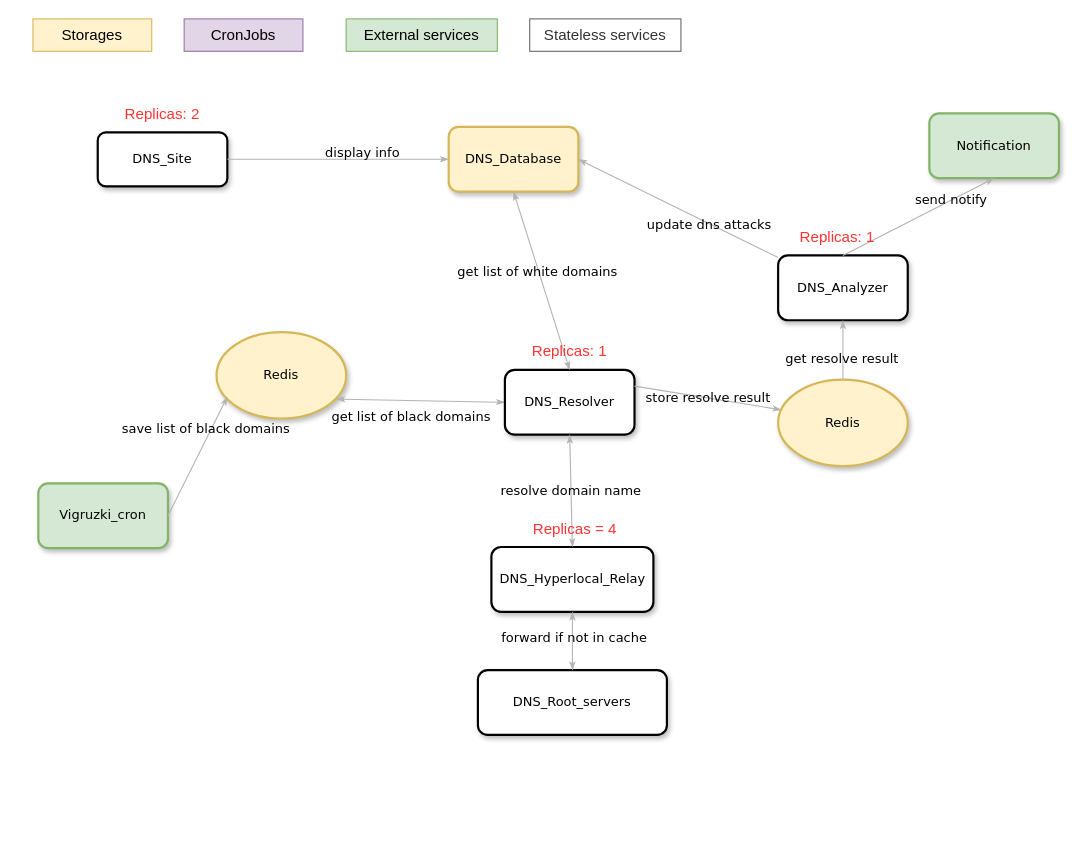
Before: Docs/Overview Diagram.drawio in dmitriyq/dnsanalyzer, a draw.io diagram. Source tidied: cells renumbered, new cells numbered last; positions are measured from the earlier drawing's top-left corner, leaving out a move shared by most shapes. Both pictures are drawn from the tidied source at 108%, with x=0, y=0 at pixel (32, 18).
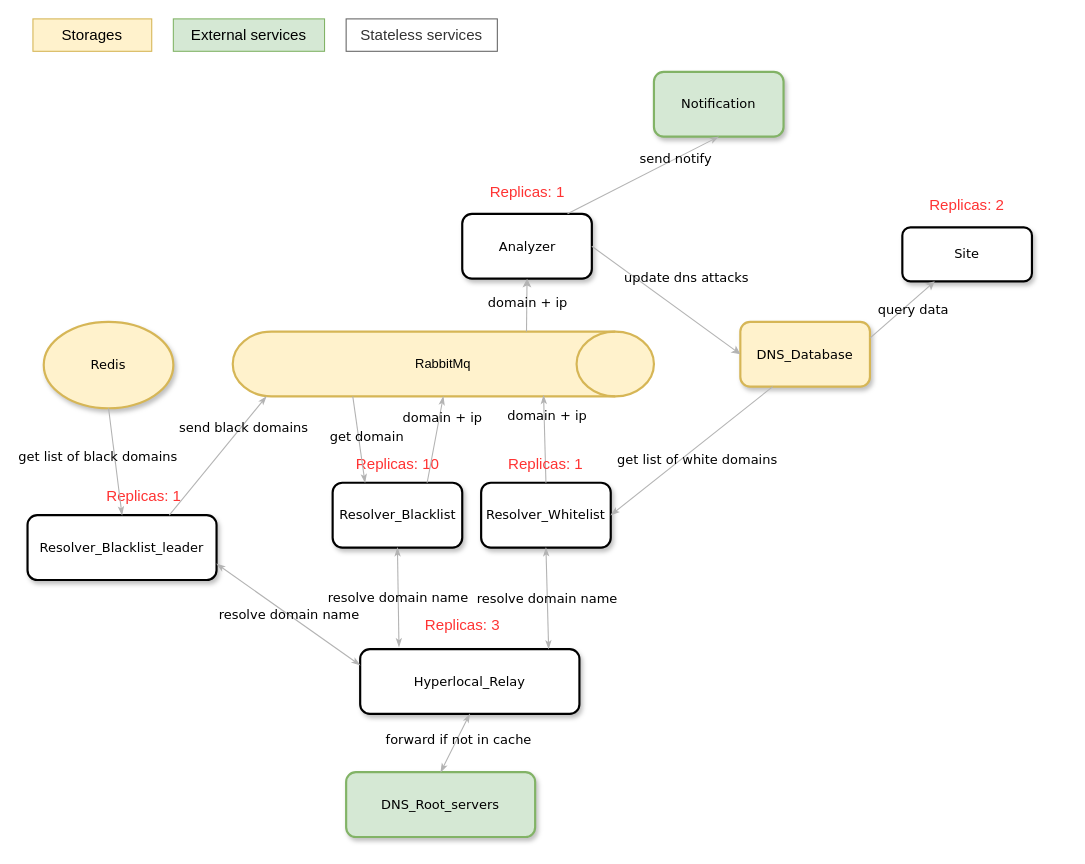
The same page after the edit.

What changed in the source:
```diff
@@
-    <mxCell id="2" value="Vigruzki_cron" style="rounded=1;whiteSpace=wrap;html=1;shadow=1;comic=0;labelBackgroundColor=none;strokeColor=#82b366;strokeWidth=2;fillColor=#d5e8d4;fontFamily=Verdana;fontSize=12;align=center;" parent="1" vertex="1">
-      <mxGeometry x="5" y="430" width="120" height="60" as="geometry" />
-    </mxCell>
-    <mxCell id="3" value="DNS_Site" style="rounded=1;whiteSpace=wrap;html=1;shadow=1;comic=0;labelBackgroundColor=none;strokeColor=#000000;strokeWidth=2;fillColor=#FFFFFF;fontFamily=Verdana;fontSize=12;fontColor=#000000;align=center;" parent="1" vertex="1">
-      <mxGeometry x="60" y="105" width="120" height="50" as="geometry" />
-    </mxCell>
-    <mxCell id="4" value="&lt;span&gt;Redis&lt;/span&gt;" style="ellipse;whiteSpace=wrap;html=1;rounded=1;shadow=1;comic=0;labelBackgroundColor=none;strokeColor=#d6b656;strokeWidth=2;fillColor=#fff2cc;fontFamily=Verdana;fontSize=12;align=center;" parent="1" vertex="1">
-      <mxGeometry x="170" y="290" width="120" height="80" as="geometry" />
-    </mxCell>
-    <mxCell id="5" value="save list of black domains" style="edgeStyle=none;rounded=1;html=1;labelBackgroundColor=none;startArrow=none;startFill=0;startSize=5;endArrow=classicThin;endFill=1;endSize=5;jettySize=auto;strokeColor=#B3B3B3;strokeWidth=1;fontFamily=Verdana;fontSize=12;fontColor=#000000;exitX=1;exitY=0.5;exitDx=0;exitDy=0;" parent="1" edge="1" source="2">
-      <mxGeometry x="0.42" y="4" relative="1" as="geometry">
-        <mxPoint x="180" y="350" as="targetPoint" />
-      </mxGeometry>
-    </mxCell>
-    <mxCell id="6" value="get list of black domains" style="edgeStyle=none;rounded=1;html=1;labelBackgroundColor=none;startArrow=classicThin;startFill=1;startSize=5;endArrow=classicThin;endFill=1;endSize=5;jettySize=auto;strokeColor=#B3B3B3;strokeWidth=1;fontFamily=Verdana;fontSize=12;fontColor=#000000;exitX=0.925;exitY=0.775;exitDx=0;exitDy=0;entryX=0;entryY=0.5;entryDx=0;entryDy=0;exitPerimeter=0;" parent="1" edge="1" source="4" target="7">
-      <mxGeometry x="-0.11" y="-16" relative="1" as="geometry" />
-    </mxCell>
-    <mxCell id="7" value="DNS_Resolver" style="rounded=1;whiteSpace=wrap;html=1;shadow=1;comic=0;labelBackgroundColor=none;strokeColor=#000000;strokeWidth=2;fillColor=#FFFFFF;fontFamily=Verdana;fontSize=12;fontColor=#000000;align=center;" parent="1" vertex="1">
-      <mxGeometry x="437" y="325" width="120" height="60" as="geometry" />
-    </mxCell>
-    <mxCell id="8" value="DNS_Hyperlocal_Relay" style="rounded=1;whiteSpace=wrap;html=1;shadow=1;comic=0;labelBackgroundColor=none;strokeColor=#000000;strokeWidth=2;fillColor=#FFFFFF;fontFamily=Verdana;fontSize=12;fontColor=#000000;align=center;" parent="1" vertex="1">
-      <mxGeometry x="424.5" y="489" width="150" height="60" as="geometry" />
-    </mxCell>
-    <mxCell id="9" value="resolve domain name" style="edgeStyle=none;rounded=1;html=1;labelBackgroundColor=none;startArrow=classicThin;startFill=1;startSize=5;endArrow=classicThin;endFill=1;endSize=5;jettySize=auto;strokeColor=#B3B3B3;strokeWidth=1;fontFamily=Verdana;fontSize=12;fontColor=#000000;exitX=0.5;exitY=0;exitDx=0;exitDy=0;entryX=0.5;entryY=1;entryDx=0;entryDy=0;" parent="1" edge="1" source="8" target="7">
-      <mxGeometry relative="1" as="geometry" />
-    </mxCell>
+    <mxCell id="26" value="Storages" style="text;html=1;strokeColor=#d6b656;fillColor=#fff2cc;align=center;verticalAlign=middle;whiteSpace=wrap;rounded=0;fontStyle=0;fontSize=14;" parent="1" vertex="1">
+      <mxGeometry width="110" height="30" as="geometry" />
+    </mxCell>
+    <mxCell id="28" value="External services" style="text;html=1;strokeColor=#82b366;fillColor=#d5e8d4;align=center;verticalAlign=middle;whiteSpace=wrap;rounded=0;fontStyle=0;fontSize=14;" parent="1" vertex="1">
+      <mxGeometry x="130" width="140" height="30" as="geometry" />
+    </mxCell>
+    <mxCell id="29" value="Stateless services" style="text;html=1;align=center;verticalAlign=middle;whiteSpace=wrap;rounded=0;fontStyle=0;fontSize=14;fillColor=#FFFFFF;strokeColor=#666666;fontColor=#333333;" parent="1" vertex="1">
+      <mxGeometry x="290" width="140" height="30" as="geometry" />
+    </mxCell>
+    <mxCell id="30" value="Hyperlocal_Relay" style="rounded=1;whiteSpace=wrap;html=1;shadow=1;comic=0;labelBackgroundColor=none;strokeColor=#000000;strokeWidth=2;fillColor=#FFFFFF;fontFamily=Verdana;fontSize=12;fontColor=#000000;align=center;" parent="1" vertex="1">
+      <mxGeometry x="303" y="583.5" width="203" height="60" as="geometry" />
+    </mxCell>
-    <mxCell id="10" value="DNS_Root_servers" style="rounded=1;whiteSpace=wrap;html=1;shadow=1;comic=0;labelBackgroundColor=none;strokeColor=#000000;strokeWidth=2;fillColor=#FFFFFF;fontFamily=Verdana;fontSize=12;fontColor=#000000;align=center;" parent="1" vertex="1">
-      <mxGeometry x="412" y="603" width="175" height="60" as="geometry" />
+    <mxCell id="10" value="DNS_Root_servers" style="rounded=1;whiteSpace=wrap;html=1;shadow=1;comic=0;labelBackgroundColor=none;strokeColor=#82B366;strokeWidth=2;fillColor=#D5E8D4;fontFamily=Verdana;fontSize=12;fontColor=#000000;align=center;" parent="1" vertex="1">
+      <mxGeometry x="290" y="697.5" width="175" height="60" as="geometry" />
     </mxCell>
-    <mxCell id="11" value="forward if not in cache" style="edgeStyle=none;rounded=1;html=1;labelBackgroundColor=none;startArrow=classicThin;startFill=1;startSize=5;endArrow=classicThin;endFill=1;endSize=5;jettySize=auto;strokeColor=#B3B3B3;strokeWidth=1;fontFamily=Verdana;fontSize=12;fontColor=#000000;exitX=0.5;exitY=0;exitDx=0;exitDy=0;entryX=0.5;entryY=1;entryDx=0;entryDy=0;" parent="1" edge="1" source="10" target="8">
+    <mxCell id="11" value="forward if not in cache" style="edgeStyle=none;rounded=1;html=1;labelBackgroundColor=none;startArrow=classicThin;startFill=1;startSize=5;endArrow=classicThin;endFill=1;endSize=5;jettySize=auto;strokeColor=#B3B3B3;strokeWidth=1;fontFamily=Verdana;fontSize=12;fontColor=#000000;exitX=0.5;exitY=0;exitDx=0;exitDy=0;entryX=0.5;entryY=1;entryDx=0;entryDy=0;" parent="1" edge="1" source="10" target="30">
       <mxGeometry x="0.11" y="-1" relative="1" as="geometry" />
     </mxCell>
-    <mxCell id="12" value="DNS_Analyzer" style="rounded=1;whiteSpace=wrap;html=1;shadow=1;comic=0;labelBackgroundColor=none;strokeColor=#000000;strokeWidth=2;fillColor=#FFFFFF;fontFamily=Verdana;fontSize=12;fontColor=#000000;align=center;" parent="1" vertex="1">
-      <mxGeometry x="690" y="219" width="120" height="60" as="geometry" />
-    </mxCell>
-    <mxCell id="13" value="store resolve result" style="edgeStyle=none;rounded=1;html=1;labelBackgroundColor=none;startArrow=none;startFill=0;startSize=5;endArrow=classicThin;endFill=1;endSize=5;jettySize=auto;strokeColor=#B3B3B3;strokeWidth=1;fontFamily=Verdana;fontSize=12;fontColor=#000000;exitX=1;exitY=0.25;exitDx=0;exitDy=0;entryX=0.025;entryY=0.35;entryDx=0;entryDy=0;entryPerimeter=0;" parent="1" edge="1" source="7" target="17">
-      <mxGeometry relative="1" as="geometry" />
-    </mxCell>
+    <mxCell id="31" value="RabbitMq" style="strokeWidth=2;html=1;shape=mxgraph.flowchart.direct_data;whiteSpace=wrap;fillColor=#FFF2CC;strokeColor=#D6B656;" parent="1" vertex="1">
+      <mxGeometry x="185" y="289.5" width="390" height="60" as="geometry" />
+    </mxCell>
+    <mxCell id="32" value="Replicas: 3" style="text;html=1;strokeColor=none;fillColor=none;align=center;verticalAlign=middle;whiteSpace=wrap;rounded=0;fontStyle=0;fontColor=#FF3333;fontSize=14;" parent="1" vertex="1">
+      <mxGeometry x="342.5" y="543.5" width="110" height="35" as="geometry" />
+    </mxCell>
+    <mxCell id="33" value="Analyzer" style="rounded=1;whiteSpace=wrap;html=1;shadow=1;comic=0;labelBackgroundColor=none;strokeColor=#000000;strokeWidth=2;fillColor=#FFFFFF;fontFamily=Verdana;fontSize=12;fontColor=#000000;align=center;" parent="1" vertex="1">
+      <mxGeometry x="397.5" y="180.5" width="120" height="60" as="geometry" />
+    </mxCell>
+    <mxCell id="34" value="domain + ip" style="edgeStyle=none;rounded=1;html=1;labelBackgroundColor=none;startArrow=none;startFill=0;startSize=5;endArrow=classic;endFill=1;endSize=5;jettySize=auto;strokeColor=#B3B3B3;strokeWidth=1;fontFamily=Verdana;fontSize=12;fontColor=#000000;exitX=0.5;exitY=0;exitDx=0;exitDy=0;entryX=0.5;entryY=1;entryDx=0;entryDy=0;" parent="1" edge="1" target="33">
+      <mxGeometry x="0.11" y="-1" relative="1" as="geometry">
+        <mxPoint x="457" y="289.5" as="sourcePoint" />
+      </mxGeometry>
+    </mxCell>
+    <mxCell id="35" value="Replicas: 1" style="text;html=1;strokeColor=none;fillColor=none;align=center;verticalAlign=middle;whiteSpace=wrap;rounded=0;fontStyle=0;fontColor=#FF3333;fontSize=14;" parent="1" vertex="1">
+      <mxGeometry x="402.5" y="142" width="110" height="35" as="geometry" />
+    </mxCell>
     <mxCell id="14" value="DNS_Database" style="rounded=1;whiteSpace=wrap;html=1;shadow=1;comic=0;labelBackgroundColor=none;strokeColor=#d6b656;strokeWidth=2;fillColor=#fff2cc;fontFamily=Verdana;fontSize=12;align=center;" parent="1" vertex="1">
-      <mxGeometry x="385" y="100" width="120" height="60" as="geometry" />
+      <mxGeometry x="655" y="280.5" width="120" height="60" as="geometry" />
     </mxCell>
-    <mxCell id="15" value="get list of white domains" style="edgeStyle=none;rounded=1;html=1;labelBackgroundColor=none;startArrow=classicThin;startFill=1;startSize=5;endArrow=classicThin;endFill=1;endSize=5;jettySize=auto;strokeColor=#B3B3B3;strokeWidth=1;fontFamily=Verdana;fontSize=12;fontColor=#000000;exitX=0.5;exitY=1;exitDx=0;exitDy=0;entryX=0.5;entryY=1;entryDx=0;entryDy=0;" parent="1" edge="1" source="14" target="23">
-      <mxGeometry x="-0.1" y="-1" relative="1" as="geometry" />
-    </mxCell>
-    <mxCell id="16" value="display info" style="edgeStyle=none;rounded=1;html=1;labelBackgroundColor=none;startArrow=none;startFill=0;startSize=5;endArrow=classicThin;endFill=1;endSize=5;jettySize=auto;strokeColor=#B3B3B3;strokeWidth=1;fontFamily=Verdana;fontSize=12;fontColor=#000000;exitX=1;exitY=0.5;exitDx=0;exitDy=0;entryX=0;entryY=0.5;entryDx=0;entryDy=0;" parent="1" edge="1" source="3" target="14">
-      <mxGeometry x="0.22" y="6" relative="1" as="geometry" />
-    </mxCell>
-    <mxCell id="17" value="&lt;span&gt;Redis&lt;/span&gt;" style="ellipse;whiteSpace=wrap;html=1;rounded=1;shadow=1;comic=0;labelBackgroundColor=none;strokeColor=#d6b656;strokeWidth=2;fillColor=#fff2cc;fontFamily=Verdana;fontSize=12;align=center;" parent="1" vertex="1">
-      <mxGeometry x="690" y="334" width="120" height="80" as="geometry" />
-    </mxCell>
-    <mxCell id="18" value="get resolve result" style="edgeStyle=none;rounded=1;html=1;labelBackgroundColor=none;startArrow=none;startFill=0;startSize=5;endArrow=classicThin;endFill=1;endSize=5;jettySize=auto;strokeColor=#B3B3B3;strokeWidth=1;fontFamily=Verdana;fontSize=12;fontColor=#000000;entryX=0.5;entryY=1;entryDx=0;entryDy=0;" parent="1" edge="1" source="17" target="12">
-      <mxGeometry x="-0.31" y="2" relative="1" as="geometry">
-        <mxPoint x="1" as="offset" />
-      </mxGeometry>
-    </mxCell>
-    <mxCell id="19" value="update dns attacks" style="edgeStyle=none;rounded=1;html=1;labelBackgroundColor=none;startArrow=none;startFill=0;startSize=5;endArrow=classicThin;endFill=1;endSize=5;jettySize=auto;strokeColor=#B3B3B3;strokeWidth=1;fontFamily=Verdana;fontSize=12;fontColor=#000000;exitX=0;exitY=0.033;exitDx=0;exitDy=0;entryX=1;entryY=0.5;entryDx=0;entryDy=0;exitPerimeter=0;" parent="1" edge="1" source="12" target="14">
-      <mxGeometry x="-0.31" y="2" relative="1" as="geometry">
-        <mxPoint x="1" as="offset" />
-      </mxGeometry>
+    <mxCell id="19" value="update dns attacks" style="edgeStyle=none;rounded=1;html=1;labelBackgroundColor=none;startArrow=none;startFill=0;startSize=5;endArrow=classic;endFill=1;endSize=5;jettySize=auto;strokeColor=#B3B3B3;strokeWidth=1;fontFamily=Verdana;fontSize=12;fontColor=#000000;exitX=1;exitY=0.5;exitDx=0;exitDy=0;entryX=0;entryY=0.5;entryDx=0;entryDy=0;" parent="1" edge="1" source="33" target="14">
+      <mxGeometry x="0.03" y="28" relative="1" as="geometry" />
     </mxCell>
+    <mxCell id="36" value="Resolver_Blacklist" style="rounded=1;whiteSpace=wrap;html=1;shadow=1;comic=0;labelBackgroundColor=none;strokeColor=#000000;strokeWidth=2;fillColor=#FFFFFF;fontFamily=Verdana;fontSize=12;fontColor=#000000;align=center;" parent="1" vertex="1">
+      <mxGeometry x="277.5" y="429.5" width="120" height="60" as="geometry" />
+    </mxCell>
+    <mxCell id="37" value="&lt;span&gt;Redis&lt;/span&gt;" style="ellipse;whiteSpace=wrap;html=1;rounded=1;shadow=1;comic=0;labelBackgroundColor=none;strokeColor=#d6b656;strokeWidth=2;fillColor=#fff2cc;fontFamily=Verdana;fontSize=12;align=center;" parent="1" vertex="1">
+      <mxGeometry x="10" y="280.5" width="120" height="80" as="geometry" />
+    </mxCell>
-    <mxCell id="20" value="Notification" style="rounded=1;whiteSpace=wrap;html=1;shadow=1;comic=0;labelBackgroundColor=none;strokeColor=#82b366;strokeWidth=2;fillColor=#d5e8d4;fontFamily=Verdana;fontSize=12;align=center;" parent="1" vertex="1">
-      <mxGeometry x="830" y="87.5" width="120" height="60" as="geometry" />
+    <mxCell id="20" value="Notification" style="rounded=1;whiteSpace=wrap;html=1;shadow=1;comic=0;labelBackgroundColor=none;strokeColor=#82b366;strokeWidth=2;fillColor=#d5e8d4;fontFamily=Verdana;fontSize=12;align=center;gradientColor=none;" parent="1" vertex="1">
+      <mxGeometry x="575" y="49" width="120" height="60" as="geometry" />
     </mxCell>
-    <mxCell id="21" value="send notify" style="edgeStyle=none;rounded=1;html=1;labelBackgroundColor=none;startArrow=none;startFill=0;startSize=5;endArrow=classicThin;endFill=1;endSize=5;jettySize=auto;strokeColor=#B3B3B3;strokeWidth=1;fontFamily=Verdana;fontSize=12;fontColor=#000000;exitX=0.5;exitY=0;exitDx=0;exitDy=0;entryX=0.5;entryY=1;entryDx=0;entryDy=0;" parent="1" edge="1" source="12" target="20">
-      <mxGeometry x="0.43" relative="1" as="geometry" />
+    <mxCell id="21" value="send notify" style="edgeStyle=none;rounded=1;html=1;labelBackgroundColor=none;startArrow=none;startFill=0;startSize=5;endArrow=classicThin;endFill=1;endSize=5;jettySize=auto;strokeColor=#B3B3B3;strokeWidth=1;fontFamily=Verdana;fontSize=12;fontColor=#000000;exitX=0.5;exitY=0;exitDx=0;exitDy=0;entryX=0.5;entryY=1;entryDx=0;entryDy=0;" parent="1" edge="1" target="20">
+      <mxGeometry x="0.43" relative="1" as="geometry">
+        <mxPoint x="495" y="180.5" as="sourcePoint" />
+      </mxGeometry>
     </mxCell>
+    <mxCell id="38" value="Replicas: 10" style="text;html=1;strokeColor=none;fillColor=none;align=center;verticalAlign=middle;whiteSpace=wrap;rounded=0;fontStyle=0;fontColor=#FF3333;fontSize=14;" parent="1" vertex="1">
+      <mxGeometry x="282.5" y="394.5" width="110" height="35" as="geometry" />
+    </mxCell>
+    <mxCell id="39" value="resolve domain name" style="edgeStyle=none;rounded=1;html=1;labelBackgroundColor=none;startArrow=classicThin;startFill=1;startSize=5;endArrow=classicThin;endFill=1;endSize=5;jettySize=auto;strokeColor=#B3B3B3;strokeWidth=1;fontFamily=Verdana;fontSize=12;fontColor=#000000;exitX=0.177;exitY=-0.033;exitDx=0;exitDy=0;entryX=0.5;entryY=1;entryDx=0;entryDy=0;exitPerimeter=0;" parent="1" edge="1" source="30" target="36">
+      <mxGeometry relative="1" as="geometry" />
+    </mxCell>
+    <mxCell id="40" value="Resolver_Blacklist_leader" style="rounded=1;whiteSpace=wrap;html=1;shadow=1;comic=0;labelBackgroundColor=none;strokeColor=#000000;strokeWidth=2;fillColor=#FFFFFF;fontFamily=Verdana;fontSize=12;fontColor=#000000;align=center;" parent="1" vertex="1">
+      <mxGeometry x="-5" y="459.5" width="175" height="60" as="geometry" />
+    </mxCell>
+    <mxCell id="41" value="Replicas: 1" style="text;html=1;strokeColor=none;fillColor=none;align=center;verticalAlign=middle;whiteSpace=wrap;rounded=0;fontStyle=0;fontColor=#FF3333;fontSize=14;" parent="1" vertex="1">
+      <mxGeometry x="47.5" y="424.5" width="110" height="35" as="geometry" />
+    </mxCell>
+    <mxCell id="42" value="resolve domain name" style="edgeStyle=none;rounded=1;html=1;labelBackgroundColor=none;startArrow=classicThin;startFill=1;startSize=5;endArrow=classicThin;endFill=1;endSize=5;jettySize=auto;strokeColor=#B3B3B3;strokeWidth=1;fontFamily=Verdana;fontSize=12;fontColor=#000000;exitX=0;exitY=0.25;exitDx=0;exitDy=0;entryX=1;entryY=0.75;entryDx=0;entryDy=0;" parent="1" edge="1" source="30" target="40">
+      <mxGeometry relative="1" as="geometry" />
+    </mxCell>
+    <mxCell id="6" value="get list of black domains" style="edgeStyle=none;rounded=1;html=1;labelBackgroundColor=none;startArrow=none;startFill=0;startSize=5;endArrow=classicThin;endFill=1;endSize=5;jettySize=auto;strokeColor=#B3B3B3;strokeWidth=1;fontFamily=Verdana;fontSize=12;fontColor=#000000;exitX=0.5;exitY=1;exitDx=0;exitDy=0;entryX=0.5;entryY=0;entryDx=0;entryDy=0;" parent="1" edge="1" source="37" target="40">
+      <mxGeometry x="-0.11" y="-16" relative="1" as="geometry" />
+    </mxCell>
+    <mxCell id="43" value="send black domains" style="edgeStyle=none;rounded=1;html=1;labelBackgroundColor=none;startArrow=none;startFill=0;startSize=5;endArrow=classicThin;endFill=1;endSize=5;jettySize=auto;strokeColor=#B3B3B3;strokeWidth=1;fontFamily=Verdana;fontSize=12;fontColor=#000000;exitX=0.75;exitY=0;exitDx=0;exitDy=0;entryX=0.08;entryY=1;entryDx=0;entryDy=0;entryPerimeter=0;" parent="1" edge="1" source="40" target="31">
+      <mxGeometry x="0.48" y="-3" relative="1" as="geometry">
+        <mxPoint y="-1" as="offset" />
+      </mxGeometry>
+    </mxCell>
+    <mxCell id="44" value="get domain" style="edgeStyle=none;rounded=1;html=1;labelBackgroundColor=none;startArrow=none;startFill=0;startSize=5;endArrow=classicThin;endFill=1;endSize=5;jettySize=auto;strokeColor=#B3B3B3;strokeWidth=1;fontFamily=Verdana;fontSize=12;fontColor=#000000;exitX=0.285;exitY=1;exitDx=0;exitDy=0;entryX=0.25;entryY=0;entryDx=0;entryDy=0;exitPerimeter=0;" parent="1" edge="1" source="31" target="36">
+      <mxGeometry x="-0.03" y="7" relative="1" as="geometry" />
+    </mxCell>
+    <mxCell id="45" value="domain + ip" style="edgeStyle=none;rounded=1;html=1;labelBackgroundColor=none;startArrow=none;startFill=0;startSize=5;endArrow=classicThin;endFill=1;endSize=5;jettySize=auto;strokeColor=#B3B3B3;strokeWidth=1;fontFamily=Verdana;fontSize=12;fontColor=#000000;exitX=0.75;exitY=1;exitDx=0;exitDy=0;entryX=0.5;entryY=1;entryDx=0;entryDy=0;entryPerimeter=0;" parent="1" edge="1" source="38" target="31">
+      <mxGeometry x="0.48" y="-3" relative="1" as="geometry">
+        <mxPoint y="-1" as="offset" />
+      </mxGeometry>
+    </mxCell>
+    <mxCell id="46" value="Resolver_Whitelist" style="rounded=1;whiteSpace=wrap;html=1;shadow=1;comic=0;labelBackgroundColor=none;strokeColor=#000000;strokeWidth=2;fillColor=#FFFFFF;fontFamily=Verdana;fontSize=12;fontColor=#000000;align=center;" parent="1" vertex="1">
+      <mxGeometry x="415" y="429.5" width="120" height="60" as="geometry" />
+    </mxCell>
+    <mxCell id="47" value="resolve domain name" style="edgeStyle=none;rounded=1;html=1;labelBackgroundColor=none;startArrow=classicThin;startFill=1;startSize=5;endArrow=classicThin;endFill=1;endSize=5;jettySize=auto;strokeColor=#B3B3B3;strokeWidth=1;fontFamily=Verdana;fontSize=12;fontColor=#000000;exitX=0.25;exitY=0;exitDx=0;exitDy=0;entryX=0.5;entryY=1;entryDx=0;entryDy=0;" parent="1" edge="1" target="46">
+      <mxGeometry relative="1" as="geometry">
+        <mxPoint x="477.5" y="583.5" as="sourcePoint" />
+      </mxGeometry>
+    </mxCell>
+    <mxCell id="48" value="domain + ip" style="edgeStyle=none;rounded=1;html=1;labelBackgroundColor=none;startArrow=none;startFill=0;startSize=5;endArrow=classicThin;endFill=1;endSize=5;jettySize=auto;strokeColor=#B3B3B3;strokeWidth=1;fontFamily=Verdana;fontSize=12;fontColor=#000000;exitX=0.5;exitY=0;exitDx=0;exitDy=0;entryX=0.738;entryY=0.983;entryDx=0;entryDy=0;entryPerimeter=0;" parent="1" edge="1" source="46" target="31">
+      <mxGeometry x="0.48" y="-3" relative="1" as="geometry">
+        <mxPoint y="-1" as="offset" />
+      </mxGeometry>
+    </mxCell>
+    <mxCell id="15" value="get list of white domains" style="edgeStyle=none;rounded=1;html=1;labelBackgroundColor=none;startArrow=none;startFill=0;startSize=5;endArrow=classicThin;endFill=1;endSize=5;jettySize=auto;strokeColor=#B3B3B3;strokeWidth=1;fontFamily=Verdana;fontSize=12;fontColor=#000000;exitX=0.25;exitY=1;exitDx=0;exitDy=0;entryX=1;entryY=0.5;entryDx=0;entryDy=0;" parent="1" edge="1" source="14" target="46">
+      <mxGeometry x="0.02" y="11" relative="1" as="geometry">
+        <mxPoint y="-1" as="offset" />
+      </mxGeometry>
+    </mxCell>
+    <mxCell id="49" value="Replicas: 1" style="text;html=1;strokeColor=none;fillColor=none;align=center;verticalAlign=middle;whiteSpace=wrap;rounded=0;fontStyle=0;fontColor=#FF3333;fontSize=14;" parent="1" vertex="1">
+      <mxGeometry x="420" y="394.5" width="110" height="35" as="geometry" />
+    </mxCell>
+    <mxCell id="50" value="Site" style="rounded=1;whiteSpace=wrap;html=1;shadow=1;comic=0;labelBackgroundColor=none;strokeColor=#000000;strokeWidth=2;fillColor=#FFFFFF;fontFamily=Verdana;fontSize=12;fontColor=#000000;align=center;" parent="1" vertex="1">
+      <mxGeometry x="805" y="193" width="120" height="50" as="geometry" />
+    </mxCell>
     <mxCell id="22" value="Replicas: 2" style="text;html=1;strokeColor=none;fillColor=none;align=center;verticalAlign=middle;whiteSpace=wrap;rounded=0;fontStyle=0;fontColor=#FF3333;fontSize=14;" parent="1" vertex="1">
-      <mxGeometry x="65" y="70" width="110" height="35" as="geometry" />
+      <mxGeometry x="810" y="154.5" width="110" height="35" as="geometry" />
     </mxCell>
-    <mxCell id="23" value="Replicas: 1" style="text;html=1;strokeColor=none;fillColor=none;align=center;verticalAlign=middle;whiteSpace=wrap;rounded=0;fontStyle=0;fontColor=#FF3333;fontSize=14;" parent="1" vertex="1">
-      <mxGeometry x="442" y="290" width="110" height="35" as="geometry" />
-    </mxCell>
-    <mxCell id="24" value="Replicas: 1" style="text;html=1;strokeColor=none;fillColor=none;align=center;verticalAlign=middle;whiteSpace=wrap;rounded=0;fontStyle=0;fontColor=#FF3333;fontSize=14;" parent="1" vertex="1">
-      <mxGeometry x="690" y="184" width="110" height="35" as="geometry" />
-    </mxCell>
-    <mxCell id="25" value="Replicas = 4" style="text;html=1;strokeColor=none;fillColor=none;align=center;verticalAlign=middle;whiteSpace=wrap;rounded=0;fontStyle=0;fontColor=#FF3333;fontSize=14;" parent="1" vertex="1">
-      <mxGeometry x="407" y="454" width="190" height="35" as="geometry" />
-    </mxCell>
-    <mxCell id="26" value="Storages" style="text;html=1;strokeColor=#d6b656;fillColor=#fff2cc;align=center;verticalAlign=middle;whiteSpace=wrap;rounded=0;fontStyle=0;fontSize=14;" parent="1" vertex="1">
-      <mxGeometry width="110" height="30" as="geometry" />
-    </mxCell>
-    <mxCell id="27" value="CronJobs" style="text;html=1;strokeColor=#9673a6;fillColor=#e1d5e7;align=center;verticalAlign=middle;whiteSpace=wrap;rounded=0;fontStyle=0;fontSize=14;" parent="1" vertex="1">
-      <mxGeometry x="140" width="110" height="30" as="geometry" />
-    </mxCell>
-    <mxCell id="28" value="External services" style="text;html=1;strokeColor=#82b366;fillColor=#d5e8d4;align=center;verticalAlign=middle;whiteSpace=wrap;rounded=0;fontStyle=0;fontSize=14;" parent="1" vertex="1">
-      <mxGeometry x="290" width="140" height="30" as="geometry" />
-    </mxCell>
-    <mxCell id="29" value="Stateless services" style="text;html=1;align=center;verticalAlign=middle;whiteSpace=wrap;rounded=0;fontStyle=0;fontSize=14;fillColor=#FFFFFF;strokeColor=#666666;fontColor=#333333;" parent="1" vertex="1">
-      <mxGeometry x="460" width="140" height="30" as="geometry" />
-    </mxCell>
+    <mxCell id="51" value="query data" style="edgeStyle=none;rounded=1;html=1;labelBackgroundColor=none;startArrow=none;startFill=0;startSize=5;endArrow=classic;endFill=1;endSize=5;jettySize=auto;strokeColor=#B3B3B3;strokeWidth=1;fontFamily=Verdana;fontSize=12;fontColor=#000000;exitX=1;exitY=0.25;exitDx=0;exitDy=0;entryX=0.25;entryY=1;entryDx=0;entryDy=0;" parent="1" edge="1" source="14" target="50">
+      <mxGeometry x="0.18" y="-7" relative="1" as="geometry" />
+    </mxCell>
```
